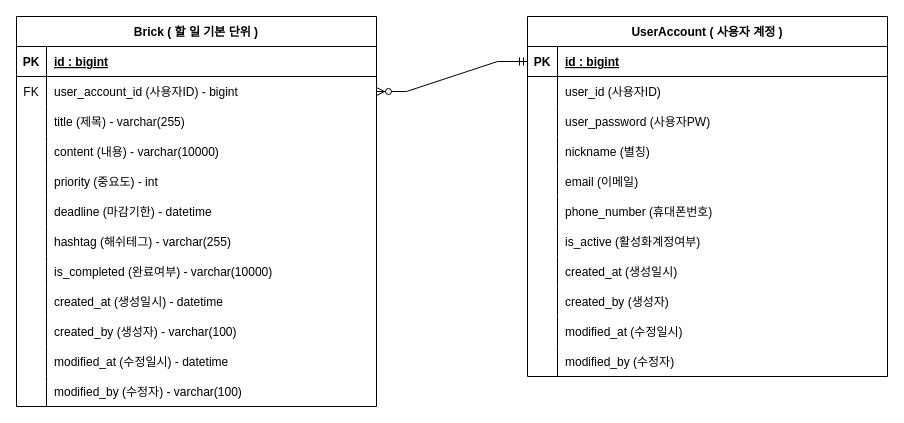
Above: document/Brick_ER_Diagram.drawio in imimtu/Brick-Back (draw.io), before the change. Source tidied: cells renumbered, new cells numbered last; positions are measured from the earlier drawing's top-left corner, leaving out a move shared by most shapes. Both pictures are drawn from the tidied source at 100%, with x=0, y=0 at pixel (16, 16).
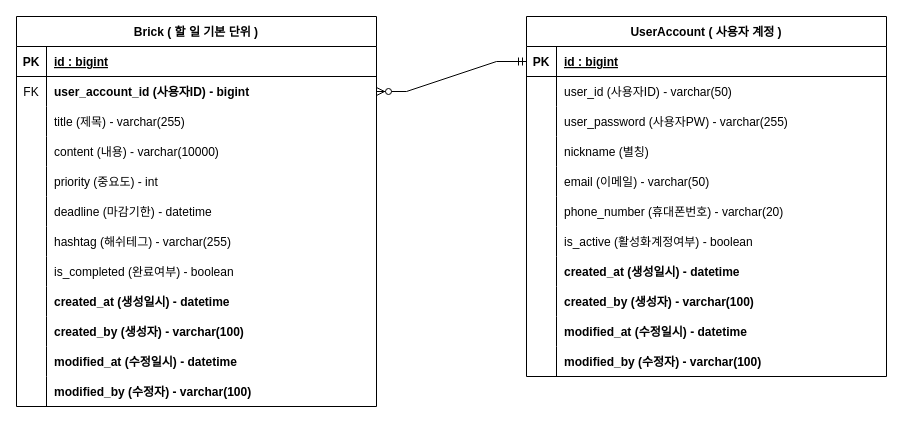
The same page after the edit.

Unchanged cells that the change refers to:
```xml
<mxCell id="6" style="shape=tableRow;horizontal=0;startSize=0;swimlaneHead=0;swimlaneBody=0;fillColor=none;top=0;left=0;right=0;bottom=0;" parent="2" vertex="1">
  <mxGeometry y="60" width="360" height="30" as="geometry" />
</mxCell>
<mxCell id="9" style="shape=tableRow;horizontal=0;startSize=0;swimlaneHead=0;swimlaneBody=0;fillColor=none;top=0;left=0;right=0;bottom=0;" parent="2" vertex="1">
  <mxGeometry y="90" width="360" height="30" as="geometry" />
</mxCell>
<mxCell id="12" style="shape=tableRow;horizontal=0;startSize=0;swimlaneHead=0;swimlaneBody=0;fillColor=none;top=0;left=0;right=0;bottom=0;" parent="2" vertex="1">
  <mxGeometry y="120" width="360" height="30" as="geometry" />
</mxCell>
<mxCell id="15" style="shape=tableRow;horizontal=0;startSize=0;swimlaneHead=0;swimlaneBody=0;fillColor=none;top=0;left=0;right=0;bottom=0;" parent="2" vertex="1">
  <mxGeometry y="150" width="360" height="30" as="geometry" />
</mxCell>
<mxCell id="18" style="shape=tableRow;horizontal=0;startSize=0;swimlaneHead=0;swimlaneBody=0;fillColor=none;top=0;left=0;right=0;bottom=0;" parent="2" vertex="1">
  <mxGeometry y="180" width="360" height="30" as="geometry" />
</mxCell>
<mxCell id="21" style="shape=tableRow;horizontal=0;startSize=0;swimlaneHead=0;swimlaneBody=0;fillColor=none;top=0;left=0;right=0;bottom=0;" parent="2" vertex="1">
  <mxGeometry y="210" width="360" height="30" as="geometry" />
</mxCell>
<mxCell id="24" style="shape=tableRow;horizontal=0;startSize=0;swimlaneHead=0;swimlaneBody=0;fillColor=none;top=0;left=0;right=0;bottom=0;" parent="2" vertex="1">
  <mxGeometry y="240" width="360" height="30" as="geometry" />
</mxCell>
<mxCell id="27" style="shape=tableRow;horizontal=0;startSize=0;swimlaneHead=0;swimlaneBody=0;fillColor=none;top=0;left=0;right=0;bottom=0;" parent="2" vertex="1">
  <mxGeometry y="270" width="360" height="30" as="geometry" />
</mxCell>
<mxCell id="30" style="shape=tableRow;horizontal=0;startSize=0;swimlaneHead=0;swimlaneBody=0;fillColor=none;top=0;left=0;right=0;bottom=0;" parent="2" vertex="1">
  <mxGeometry y="300" width="360" height="30" as="geometry" />
</mxCell>
<mxCell id="33" style="shape=tableRow;horizontal=0;startSize=0;swimlaneHead=0;swimlaneBody=0;fillColor=none;top=0;left=0;right=0;bottom=0;" parent="2" vertex="1">
  <mxGeometry y="330" width="360" height="30" as="geometry" />
</mxCell>
<mxCell id="40" style="shape=tableRow;horizontal=0;startSize=0;swimlaneHead=0;swimlaneBody=0;fillColor=none;points=[[0,0.5],[1,0.5]];portConstraint=eastwest;top=0;left=0;right=0;bottom=0;" parent="36" vertex="1">
  <mxGeometry y="60" width="360" height="30" as="geometry" />
</mxCell>
<mxCell id="58" style="shape=tableRow;horizontal=0;startSize=0;swimlaneHead=0;swimlaneBody=0;fillColor=none;top=0;left=0;right=0;bottom=0;" parent="36" vertex="1">
  <mxGeometry y="240" width="360" height="30" as="geometry" />
</mxCell>
<mxCell id="61" style="shape=tableRow;horizontal=0;startSize=0;swimlaneHead=0;swimlaneBody=0;fillColor=none;top=0;left=0;right=0;bottom=0;" parent="36" vertex="1">
  <mxGeometry y="270" width="360" height="30" as="geometry" />
</mxCell>
<mxCell id="64" style="shape=tableRow;horizontal=0;startSize=0;swimlaneHead=0;swimlaneBody=0;fillColor=none;top=0;left=0;right=0;bottom=0;" parent="36" vertex="1">
  <mxGeometry y="300" width="360" height="30" as="geometry" />
</mxCell>
<mxCell id="67" style="shape=tableRow;horizontal=0;startSize=0;swimlaneHead=0;swimlaneBody=0;fillColor=none;top=0;left=0;right=0;bottom=0;" parent="36" vertex="1">
  <mxGeometry y="330" width="360" height="30" as="geometry" />
</mxCell>
<mxCell id="70" style="shape=tableRow;horizontal=0;startSize=0;swimlaneHead=0;swimlaneBody=0;fillColor=none;top=0;left=0;right=0;bottom=0;" parent="36" vertex="1">
  <mxGeometry y="360" width="360" height="30" as="geometry" />
</mxCell>
```

Diff of the diagram source:
```diff
@@
     <mxCell id="2" value="UserAccount ( 사용자 계정 )" style="shape=table;startSize=30;childLayout=tableLayout;rowLines=0;fontStyle=1;align=center;" parent="1" vertex="1">
-      <mxGeometry x="511" width="360" height="360" as="geometry" />
+      <mxGeometry x="510" width="360" height="360" as="geometry" />
     </mxCell>
@@
-    <mxCell id="8" value="user_id (사용자ID)" style="shape=partialRectangle;fillColor=none;top=0;left=0;bottom=0;right=0;align=left;spacingLeft=6;overflow=hidden;" parent="6" vertex="1">
+    <mxCell id="8" value="user_id (사용자ID) - varchar(50)" style="shape=partialRectangle;fillColor=none;top=0;left=0;bottom=0;right=0;align=left;spacingLeft=6;overflow=hidden;fontStyle=0;" parent="6" vertex="1">
       <mxGeometry x="30" width="330" height="30" as="geometry" />
     </mxCell>
@@
-    <mxCell id="11" value="user_password (사용자PW)" style="shape=partialRectangle;fillColor=none;top=0;left=0;bottom=0;right=0;align=left;spacingLeft=6;overflow=hidden;" parent="9" vertex="1">
+    <mxCell id="11" value="user_password (사용자PW) - varchar(255)" style="shape=partialRectangle;fillColor=none;top=0;left=0;bottom=0;right=0;align=left;spacingLeft=6;overflow=hidden;" parent="9" vertex="1">
       <mxGeometry x="30" width="330" height="30" as="geometry" />
     </mxCell>
@@
-    <mxCell id="14" value="nickname (별칭)" style="shape=partialRectangle;fillColor=none;top=0;left=0;bottom=0;right=0;align=left;spacingLeft=6;overflow=hidden;" parent="12" vertex="1">
+    <mxCell id="14" value="nickname (별칭)" style="shape=partialRectangle;fillColor=none;top=0;left=0;bottom=0;right=0;align=left;spacingLeft=6;overflow=hidden;strokeColor=#FFFFFF;" parent="12" vertex="1">
       <mxGeometry x="30" width="330" height="30" as="geometry" />
     </mxCell>
@@
-    <mxCell id="17" value="email (이메일)" style="shape=partialRectangle;fillColor=none;top=0;left=0;bottom=0;right=0;align=left;spacingLeft=6;overflow=hidden;" parent="15" vertex="1">
+    <mxCell id="17" value="email (이메일) - varchar(50)" style="shape=partialRectangle;fillColor=none;top=0;left=0;bottom=0;right=0;align=left;spacingLeft=6;overflow=hidden;" parent="15" vertex="1">
       <mxGeometry x="30" width="330" height="30" as="geometry" />
     </mxCell>
@@
-    <mxCell id="20" value="phone_number (휴대폰번호)" style="shape=partialRectangle;fillColor=none;top=0;left=0;bottom=0;right=0;align=left;spacingLeft=6;overflow=hidden;" parent="18" vertex="1">
+    <mxCell id="20" value="phone_number (휴대폰번호) - varchar(20)" style="shape=partialRectangle;fillColor=none;top=0;left=0;bottom=0;right=0;align=left;spacingLeft=6;overflow=hidden;" parent="18" vertex="1">
       <mxGeometry x="30" width="330" height="30" as="geometry" />
     </mxCell>
@@
-    <mxCell id="23" value="is_active (활성화계정여부)" style="shape=partialRectangle;fillColor=none;top=0;left=0;bottom=0;right=0;align=left;spacingLeft=6;overflow=hidden;" parent="21" vertex="1">
+    <mxCell id="23" value="is_active (활성화계정여부) - boolean" style="shape=partialRectangle;fillColor=none;top=0;left=0;bottom=0;right=0;align=left;spacingLeft=6;overflow=hidden;" parent="21" vertex="1">
       <mxGeometry x="30" width="330" height="30" as="geometry" />
     </mxCell>
@@
-    <mxCell id="26" value="created_at (생성일시)" style="shape=partialRectangle;fillColor=none;top=0;left=0;bottom=0;right=0;align=left;spacingLeft=6;overflow=hidden;" parent="24" vertex="1">
+    <mxCell id="26" value="created_at (생성일시) - datetime" style="shape=partialRectangle;fillColor=none;top=0;left=0;bottom=0;right=0;align=left;spacingLeft=6;overflow=hidden;fontStyle=1;" parent="24" vertex="1">
       <mxGeometry x="30" width="330" height="30" as="geometry" />
     </mxCell>
@@
-    <mxCell id="29" value="created_by (생성자)" style="shape=partialRectangle;fillColor=none;top=0;left=0;bottom=0;right=0;align=left;spacingLeft=6;overflow=hidden;" parent="27" vertex="1">
+    <mxCell id="29" value="created_by (생성자) - varchar(100)" style="shape=partialRectangle;fillColor=none;top=0;left=0;bottom=0;right=0;align=left;spacingLeft=6;overflow=hidden;fontStyle=1;" parent="27" vertex="1">
       <mxGeometry x="30" width="330" height="30" as="geometry" />
     </mxCell>
@@
-    <mxCell id="32" value="modified_at (수정일시)" style="shape=partialRectangle;fillColor=none;top=0;left=0;bottom=0;right=0;align=left;spacingLeft=6;overflow=hidden;" parent="30" vertex="1">
+    <mxCell id="32" value="modified_at (수정일시) - datetime" style="shape=partialRectangle;fillColor=none;top=0;left=0;bottom=0;right=0;align=left;spacingLeft=6;overflow=hidden;fontStyle=1;" parent="30" vertex="1">
       <mxGeometry x="30" width="330" height="30" as="geometry" />
     </mxCell>
@@
-    <mxCell id="35" value="modified_by (수정자)" style="shape=partialRectangle;fillColor=none;top=0;left=0;bottom=0;right=0;align=left;spacingLeft=6;overflow=hidden;" parent="33" vertex="1">
+    <mxCell id="35" value="modified_by (수정자) - varchar(100)" style="shape=partialRectangle;fillColor=none;top=0;left=0;bottom=0;right=0;align=left;spacingLeft=6;overflow=hidden;fontStyle=1;" parent="33" vertex="1">
       <mxGeometry x="30" width="330" height="30" as="geometry" />
     </mxCell>
@@
-    <mxCell id="42" value="user_account_id (사용자ID) - bigint" style="shape=partialRectangle;fillColor=none;top=0;left=0;bottom=0;right=0;align=left;spacingLeft=6;overflow=hidden;" parent="40" vertex="1">
+    <mxCell id="42" value="user_account_id (사용자ID) - bigint" style="shape=partialRectangle;fillColor=none;top=0;left=0;bottom=0;right=0;align=left;spacingLeft=6;overflow=hidden;fontStyle=1;" parent="40" vertex="1">
       <mxGeometry x="30" width="330" height="30" as="geometry" />
     </mxCell>
@@
-    <mxCell id="60" value="is_completed (완료여부) - varchar(10000)" style="shape=partialRectangle;fillColor=none;top=0;left=0;bottom=0;right=0;align=left;spacingLeft=6;overflow=hidden;" parent="58" vertex="1">
+    <mxCell id="60" value="is_completed (완료여부) - boolean" style="shape=partialRectangle;fillColor=none;top=0;left=0;bottom=0;right=0;align=left;spacingLeft=6;overflow=hidden;" parent="58" vertex="1">
       <mxGeometry x="30" width="330" height="30" as="geometry" />
     </mxCell>
@@
-    <mxCell id="63" value="created_at (생성일시) - datetime" style="shape=partialRectangle;fillColor=none;top=0;left=0;bottom=0;right=0;align=left;spacingLeft=6;overflow=hidden;" parent="61" vertex="1">
+    <mxCell id="63" value="created_at (생성일시) - datetime" style="shape=partialRectangle;fillColor=none;top=0;left=0;bottom=0;right=0;align=left;spacingLeft=6;overflow=hidden;fontStyle=1;" parent="61" vertex="1">
       <mxGeometry x="30" width="330" height="30" as="geometry" />
     </mxCell>
@@
-    <mxCell id="66" value="created_by (생성자) - varchar(100)" style="shape=partialRectangle;fillColor=none;top=0;left=0;bottom=0;right=0;align=left;spacingLeft=6;overflow=hidden;" parent="64" vertex="1">
+    <mxCell id="66" value="created_by (생성자) - varchar(100)" style="shape=partialRectangle;fillColor=none;top=0;left=0;bottom=0;right=0;align=left;spacingLeft=6;overflow=hidden;fontStyle=1;" parent="64" vertex="1">
       <mxGeometry x="30" width="330" height="30" as="geometry" />
     </mxCell>
@@
-    <mxCell id="69" value="modified_at (수정일시) - datetime" style="shape=partialRectangle;fillColor=none;top=0;left=0;bottom=0;right=0;align=left;spacingLeft=6;overflow=hidden;" parent="67" vertex="1">
+    <mxCell id="69" value="modified_at (수정일시) - datetime" style="shape=partialRectangle;fillColor=none;top=0;left=0;bottom=0;right=0;align=left;spacingLeft=6;overflow=hidden;fontStyle=1;" parent="67" vertex="1">
       <mxGeometry x="30" width="330" height="30" as="geometry" />
     </mxCell>
@@
-    <mxCell id="72" value="modified_by (수정자) - varchar(100)" style="shape=partialRectangle;fillColor=none;top=0;left=0;bottom=0;right=0;align=left;spacingLeft=6;overflow=hidden;" parent="70" vertex="1">
+    <mxCell id="72" value="modified_by (수정자) - varchar(100)" style="shape=partialRectangle;fillColor=none;top=0;left=0;bottom=0;right=0;align=left;spacingLeft=6;overflow=hidden;fontStyle=1;" parent="70" vertex="1">
       <mxGeometry x="30" width="330" height="30" as="geometry" />
     </mxCell>
```
